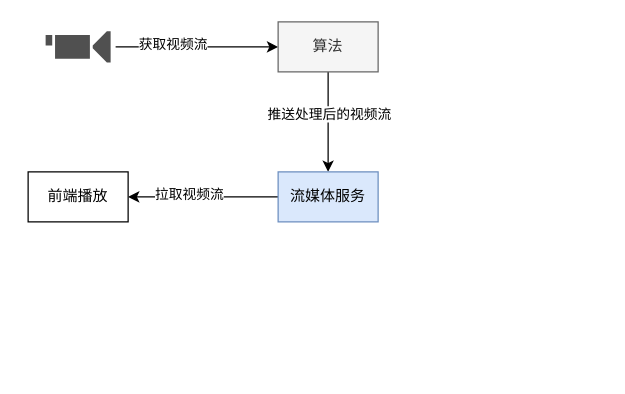
Earlier version of the draw.io diagram 未命名绘图.drawio (gggyx/wyx). Source tidied: cells renumbered, new cells numbered last; positions are measured from the earlier drawing's top-left corner, leaving out a move shared by most shapes. Both pictures are drawn from the tidied source at 125%, with x=0, y=0 at pixel (28, 21).
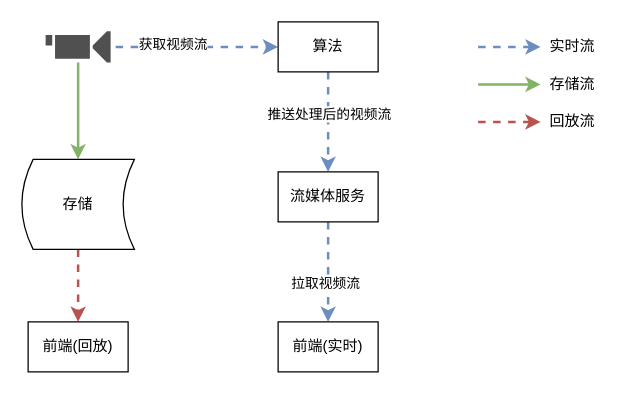
After the change.

Commit message:
更新未命名绘图.drawio

The change refers to these unchanged cells:
```xml
<mxCell id="4" style="shadow=0;dashed=0;html=1;strokeColor=none;fillColor=#505050;labelPosition=center;verticalLabelPosition=bottom;verticalAlign=top;outlineConnect=0;align=center;shape=mxgraph.office.devices.video_camera;" parent="1" vertex="1">
  <mxGeometry x="14" y="7.5" width="52" height="25" as="geometry" />
</mxCell>
```

The edit, as a diff of the source:
```diff
@@
-    <mxCell id="2" style="edgeStyle=orthogonalEdgeStyle;rounded=0;jettySize=auto;html=1;entryX=0;entryY=0.5;entryDx=0;entryDy=0;exitX=1.077;exitY=0.5;exitDx=0;exitDy=0;exitPerimeter=0;" parent="1" edge="1" source="4" target="7">
+    <mxCell id="2" style="edgeStyle=orthogonalEdgeStyle;rounded=1;jettySize=auto;html=1;entryX=0;entryY=0.5;entryDx=0;entryDy=0;exitX=1.077;exitY=0.5;exitDx=0;exitDy=0;exitPerimeter=0;dashed=1;fillColor=#dae8fc;strokeColor=#6c8ebf;strokeWidth=2;" parent="1" edge="1" source="4" target="7">
       <mxGeometry relative="1" as="geometry" />
     </mxCell>
@@
+    <mxCell id="12" style="edgeStyle=orthogonalEdgeStyle;rounded=1;jettySize=auto;html=1;strokeWidth=2;fillColor=#d5e8d4;strokeColor=#82b366;" parent="1" edge="1" source="4">
+      <mxGeometry relative="1" as="geometry">
+        <mxPoint x="40" y="110" as="targetPoint" />
+      </mxGeometry>
+    </mxCell>
@@
-    <mxCell id="5" style="edgeStyle=orthogonalEdgeStyle;rounded=0;jettySize=auto;html=1;" parent="1" edge="1" source="7" target="10">
+    <mxCell id="5" style="edgeStyle=orthogonalEdgeStyle;rounded=1;jettySize=auto;html=1;strokeWidth=2;dashed=1;fillColor=#dae8fc;strokeColor=#6c8ebf;" parent="1" edge="1" source="7" target="10">
       <mxGeometry relative="1" as="geometry" />
     </mxCell>
@@
-    <mxCell id="7" value="算法" style="rounded=0;whiteSpace=wrap;html=1;fillColor=#f5f5f5;strokeColor=#666666;fontColor=#333333;" parent="1" vertex="1">
+    <mxCell id="7" value="算法" style="rounded=0;whiteSpace=wrap;html=1;" parent="1" vertex="1">
       <mxGeometry x="200" width="80" height="40" as="geometry" />
     </mxCell>
-    <mxCell id="8" style="edgeStyle=orthogonalEdgeStyle;rounded=0;jettySize=auto;html=1;" parent="1" edge="1" source="10" target="11">
+    <mxCell id="8" style="edgeStyle=orthogonalEdgeStyle;rounded=1;jettySize=auto;html=1;dashed=1;strokeWidth=2;fillColor=#dae8fc;strokeColor=#6c8ebf;" parent="1" edge="1" source="10" target="11">
       <mxGeometry relative="1" as="geometry" />
     </mxCell>
@@
-    <mxCell id="10" value="流媒体服务" style="rounded=0;whiteSpace=wrap;html=1;fillColor=#dae8fc;strokeColor=#6c8ebf;" parent="1" vertex="1">
+    <mxCell id="10" value="流媒体服务" style="rounded=0;whiteSpace=wrap;html=1;" parent="1" vertex="1">
       <mxGeometry x="200" y="120" width="80" height="40" as="geometry" />
     </mxCell>
+    <mxCell id="13" style="edgeStyle=orthogonalEdgeStyle;rounded=1;jettySize=auto;html=1;dashed=1;strokeWidth=2;exitX=0.5;exitY=1;exitDx=0;exitDy=0;fillColor=#f8cecc;strokeColor=#b85450;" parent="1" edge="1" source="14" target="15">
+      <mxGeometry relative="1" as="geometry" />
+    </mxCell>
-    <mxCell id="11" value="前端播放" style="rounded=0;whiteSpace=wrap;html=1;" parent="1" vertex="1">
-      <mxGeometry y="120" width="80" height="40" as="geometry" />
+    <mxCell id="11" value="前端(实时)" style="rounded=0;whiteSpace=wrap;html=1;" parent="1" vertex="1">
+      <mxGeometry x="200" y="240" width="80" height="40" as="geometry" />
     </mxCell>
+    <mxCell id="14" value="存储" style="shape=dataStorage;whiteSpace=wrap;html=1;" parent="1" vertex="1">
+      <mxGeometry x="-5" y="110" width="90" height="72" as="geometry" />
+    </mxCell>
+    <mxCell id="15" value="前端(回放)" style="rounded=0;whiteSpace=wrap;html=1;" parent="1" vertex="1">
+      <mxGeometry y="240" width="80" height="40" as="geometry" />
+    </mxCell>
+    <mxCell id="16" style="group;" parent="1" vertex="1">
+      <mxGeometry x="360" y="10" width="100" height="20" as="geometry" />
+    </mxCell>
+    <mxCell id="17" style="endArrow=classic;html=1;dashed=1;strokeWidth=2;fillColor=#dae8fc;strokeColor=#6c8ebf;" parent="16" edge="1">
+      <mxGeometry relative="1" as="geometry">
+        <mxPoint y="10" as="sourcePoint" />
+        <mxPoint x="50" y="10" as="targetPoint" />
+      </mxGeometry>
+    </mxCell>
+    <mxCell id="18" value="实时流" style="text;html=1;align=center;verticalAlign=middle;" parent="16" vertex="1">
+      <mxGeometry x="50" width="50" height="20" as="geometry" />
+    </mxCell>
+    <mxCell id="19" style="group;" parent="1" vertex="1">
+      <mxGeometry x="360" y="40" width="100" height="20" as="geometry" />
+    </mxCell>
+    <mxCell id="20" style="endArrow=classic;html=1;strokeWidth=2;fillColor=#d5e8d4;strokeColor=#82b366;" parent="19" edge="1">
+      <mxGeometry relative="1" as="geometry">
+        <mxPoint y="10" as="sourcePoint" />
+        <mxPoint x="50" y="10" as="targetPoint" />
+      </mxGeometry>
+    </mxCell>
+    <mxCell id="21" value="存储流" style="text;html=1;align=center;verticalAlign=middle;" parent="19" vertex="1">
+      <mxGeometry x="50" width="50" height="20" as="geometry" />
+    </mxCell>
+    <mxCell id="22" style="group;" parent="1" vertex="1">
+      <mxGeometry x="360" y="70" width="100" height="20" as="geometry" />
+    </mxCell>
+    <mxCell id="23" style="endArrow=classic;html=1;dashed=1;strokeWidth=2;fillColor=#f8cecc;strokeColor=#b85450;" parent="22" edge="1">
+      <mxGeometry relative="1" as="geometry">
+        <mxPoint y="10" as="sourcePoint" />
+        <mxPoint x="50" y="10" as="targetPoint" />
+      </mxGeometry>
+    </mxCell>
+    <mxCell id="24" value="回放流" style="text;html=1;align=center;verticalAlign=middle;" parent="22" vertex="1">
+      <mxGeometry x="50" width="50" height="20" as="geometry" />
+    </mxCell>
```
